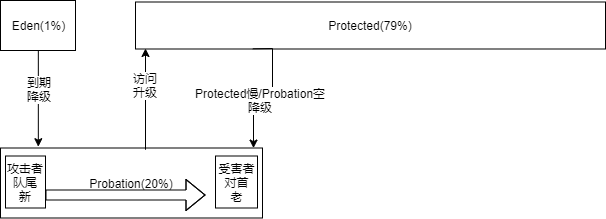
Above: Blog/Caffine_queue_model.png in wangzhenhui1991/MyPic (draw.io), before the change. Source tidied: cells renumbered, new cells last; positions are measured from the earlier drawing's top-left corner, leaving out a move shared by most shapes.
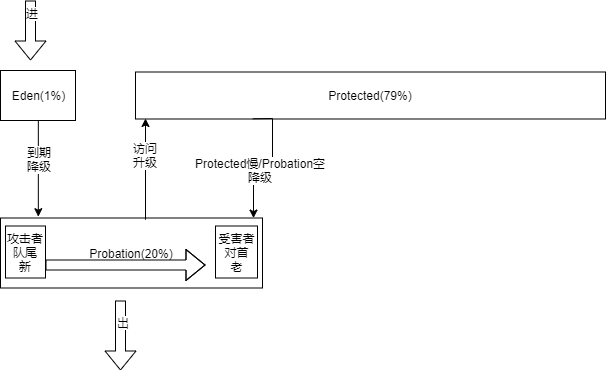
Above is the later version.

Change to the diagram source:
```diff
@@ -55,5 +55,23 @@
     <mxCell id="13" value="访问&lt;br&gt;升级" style="text;html=1;align=center;verticalAlign=middle;labelBackgroundColor=#ffffff;" parent="12" vertex="1">
       <mxGeometry x="0.29" y="1" relative="1" as="geometry" />
     </mxCell>
+    <mxCell id="14" style="shape=flexArrow;endArrow=classic;html=1;" parent="1" edge="1">
+      <mxGeometry relative="1" as="geometry">
+        <mxPoint x="30" y="-70" as="sourcePoint" />
+        <mxPoint x="30" y="-10" as="targetPoint" />
+      </mxGeometry>
+    </mxCell>
+    <mxCell id="15" value="进" style="text;html=1;align=center;verticalAlign=middle;labelBackgroundColor=#ffffff;" parent="14" vertex="1">
+      <mxGeometry x="-0.6" y="1" relative="1" as="geometry" />
+    </mxCell>
+    <mxCell id="16" style="shape=flexArrow;endArrow=classic;html=1;" parent="1" edge="1">
+      <mxGeometry relative="1" as="geometry">
+        <mxPoint x="120" y="230" as="sourcePoint" />
+        <mxPoint x="120" y="300" as="targetPoint" />
+      </mxGeometry>
+    </mxCell>
+    <mxCell id="17" value="出" style="text;html=1;align=center;verticalAlign=middle;labelBackgroundColor=#ffffff;" parent="16" vertex="1">
+      <mxGeometry x="-0.4" y="2" relative="1" as="geometry" />
+    </mxCell>
   </root>
 </mxGraphModel>
```
